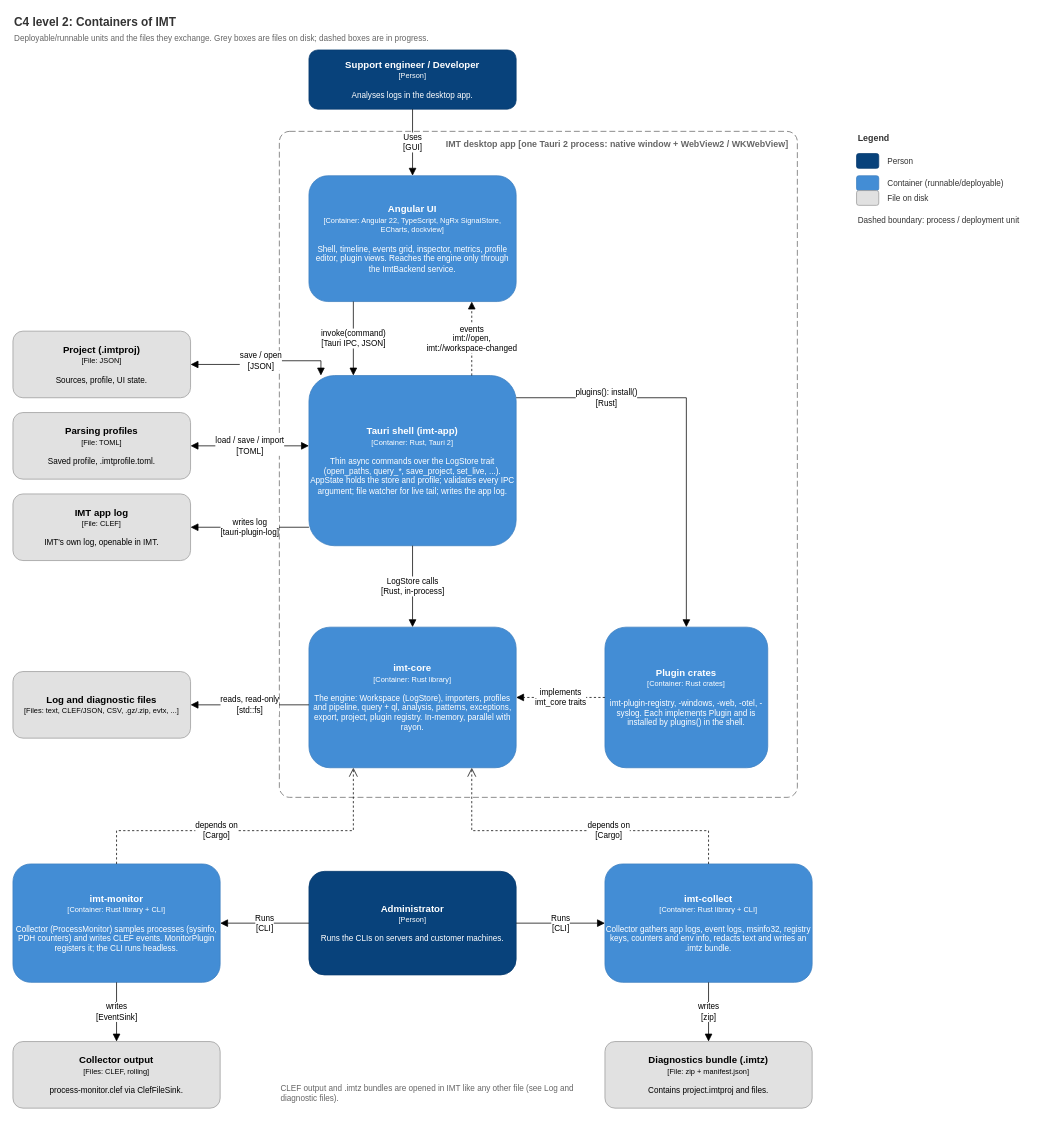
Before: docs/diagrams/c4-2-containers.drawio in decryp7/integrated_maintenance_tool, a draw.io diagram. Source tidied: cells renumbered, new cells numbered last; positions are measured from the earlier drawing's top-left corner, leaving out a move shared by most shapes. Both pictures are drawn from the tidied source at 74%, with x=0, y=0 at pixel (13, 13).
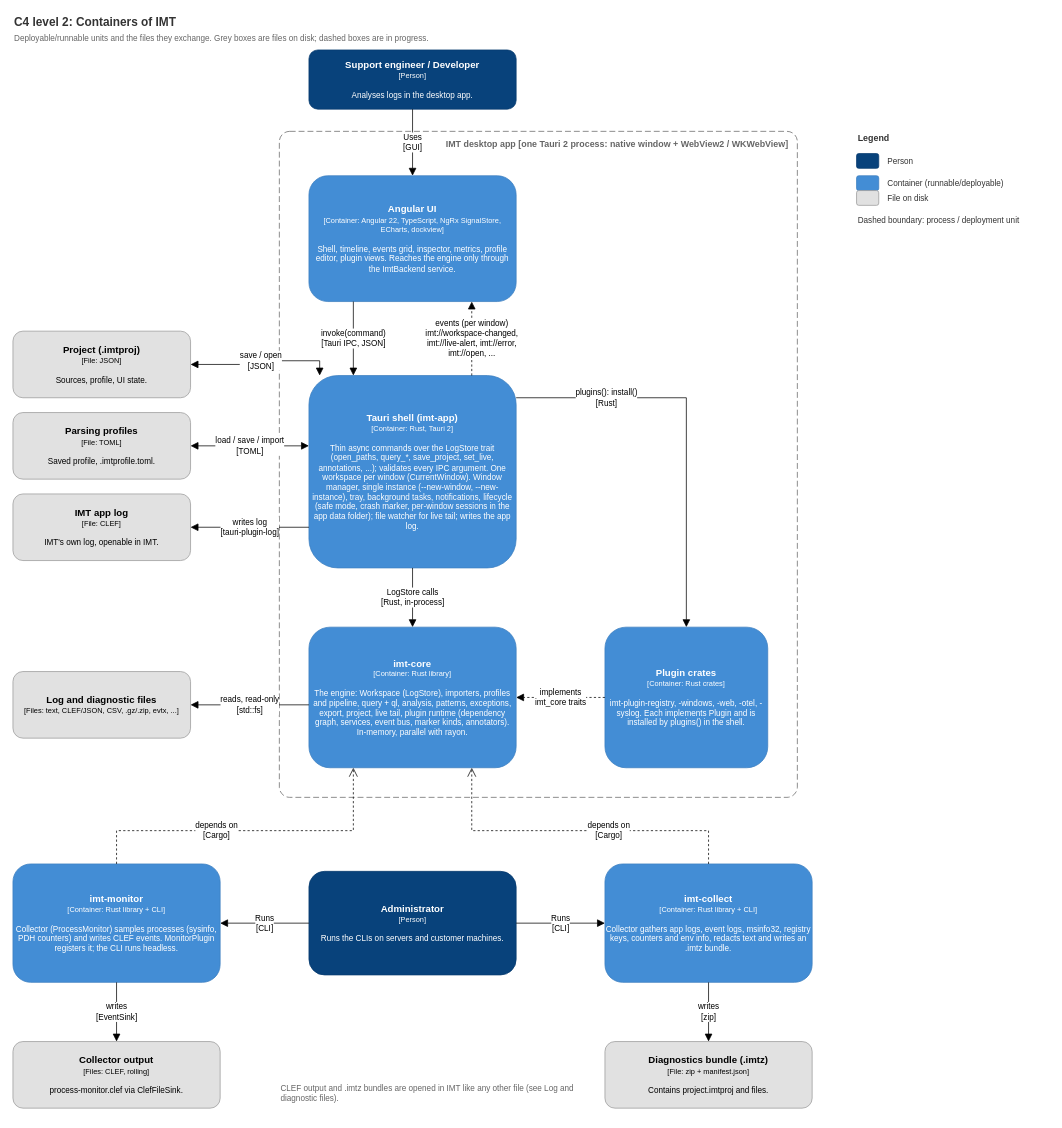
Above is the later version.

The change refers to these unchanged cells:
```xml
<mxCell id="6" value="&lt;b style=&quot;font-size:13px&quot;&gt;Angular UI&lt;/b&gt;&lt;br&gt;&lt;font style=&quot;font-size:10px&quot;&gt;[Container: Angular 22, TypeScript, NgRx SignalStore, ECharts, dockview]&lt;/font&gt;&lt;br&gt;&lt;br&gt;Shell, timeline, events grid, inspector, metrics, profile editor, plugin views. Reaches the engine only through the ImtBackend service." style="rounded=1;whiteSpace=wrap;html=1;fillColor=#438DD5;strokeColor=#3C7FC0;fontColor=#FFFFFF;fontSize=11;" parent="1" vertex="1">
  <mxGeometry x="400" y="220" width="280" height="170" as="geometry" />
</mxCell>
<mxCell id="9" value="&lt;b style=&quot;font-size:13px&quot;&gt;Plugin crates&lt;/b&gt;&lt;br&gt;&lt;font style=&quot;font-size:10px&quot;&gt;[Container: Rust crates]&lt;/font&gt;&lt;br&gt;&lt;br&gt;imt-plugin-registry, -windows, -web, -otel, -syslog. Each implements Plugin and is installed by plugins() in the shell." style="rounded=1;whiteSpace=wrap;html=1;fillColor=#438DD5;strokeColor=#3C7FC0;fontColor=#FFFFFF;fontSize=11;" parent="1" vertex="1">
  <mxGeometry x="800" y="830" width="220" height="190" as="geometry" />
</mxCell>
<mxCell id="16" value="&lt;b style=&quot;font-size:13px&quot;&gt;Project (.imtproj)&lt;/b&gt;&lt;br&gt;&lt;font style=&quot;font-size:10px&quot;&gt;[File: JSON]&lt;/font&gt;&lt;br&gt;&lt;br&gt;Sources, profile, UI state." style="rounded=1;whiteSpace=wrap;html=1;fillColor=#E1E1E1;strokeColor=#9A9A9A;fontColor=#000000;fontSize=11;" parent="1" vertex="1">
  <mxGeometry y="430" width="240" height="90" as="geometry" />
</mxCell>
<mxCell id="17" value="&lt;b style=&quot;font-size:13px&quot;&gt;Parsing profiles&lt;/b&gt;&lt;br&gt;&lt;font style=&quot;font-size:10px&quot;&gt;[File: TOML]&lt;/font&gt;&lt;br&gt;&lt;br&gt;Saved profile, .imtprofile.toml." style="rounded=1;whiteSpace=wrap;html=1;fillColor=#E1E1E1;strokeColor=#9A9A9A;fontColor=#000000;fontSize=11;" parent="1" vertex="1">
  <mxGeometry y="540" width="240" height="90" as="geometry" />
</mxCell>
<mxCell id="18" value="&lt;b style=&quot;font-size:13px&quot;&gt;IMT app log&lt;/b&gt;&lt;br&gt;&lt;font style=&quot;font-size:10px&quot;&gt;[File: CLEF]&lt;/font&gt;&lt;br&gt;&lt;br&gt;IMT's own log, openable in IMT." style="rounded=1;whiteSpace=wrap;html=1;fillColor=#E1E1E1;strokeColor=#9A9A9A;fontColor=#000000;fontSize=11;" parent="1" vertex="1">
  <mxGeometry y="650" width="240" height="90" as="geometry" />
</mxCell>
```

What changed in the source:
```diff
@@
-    <mxCell id="7" value="&lt;b style=&quot;font-size:13px&quot;&gt;Tauri shell (imt-app)&lt;/b&gt;&lt;br&gt;&lt;font style=&quot;font-size:10px&quot;&gt;[Container: Rust, Tauri 2]&lt;/font&gt;&lt;br&gt;&lt;br&gt;Thin async commands over the LogStore trait (open_paths, query_*, save_project, set_live, ...). AppState holds the store and profile; validates every IPC argument; file watcher for live tail; writes the app log." style="rounded=1;whiteSpace=wrap;html=1;fillColor=#438DD5;strokeColor=#3C7FC0;fontColor=#FFFFFF;fontSize=11;" parent="1" vertex="1">
-      <mxGeometry x="400" y="490" width="280" height="230" as="geometry" />
+    <mxCell id="7" value="&lt;b style=&quot;font-size:13px&quot;&gt;Tauri shell (imt-app)&lt;/b&gt;&lt;br&gt;&lt;font style=&quot;font-size:10px&quot;&gt;[Container: Rust, Tauri 2]&lt;/font&gt;&lt;br&gt;&lt;br&gt;Thin async commands over the LogStore trait (open_paths, query_*, save_project, set_live, annotations, ...); validates every IPC argument. One workspace per window (CurrentWindow). Window manager, single instance (--new-window, --new-instance), tray, background tasks, notifications, lifecycle (safe mode, crash marker, per-window sessions in the app data folder); file watcher for live tail; writes the app log." style="rounded=1;whiteSpace=wrap;html=1;fillColor=#438DD5;strokeColor=#3C7FC0;fontColor=#FFFFFF;fontSize=11;" parent="1" vertex="1">
+      <mxGeometry x="400" y="490" width="280" height="260" as="geometry" />
     </mxCell>
-    <mxCell id="8" value="&lt;b style=&quot;font-size:13px&quot;&gt;imt-core&lt;/b&gt;&lt;br&gt;&lt;font style=&quot;font-size:10px&quot;&gt;[Container: Rust library]&lt;/font&gt;&lt;br&gt;&lt;br&gt;The engine: Workspace (LogStore), importers, profiles and pipeline, query + ql, analysis, patterns, exceptions, export, project, plugin registry. In-memory, parallel with rayon." style="rounded=1;whiteSpace=wrap;html=1;fillColor=#438DD5;strokeColor=#3C7FC0;fontColor=#FFFFFF;fontSize=11;" parent="1" vertex="1">
+    <mxCell id="8" value="&lt;b style=&quot;font-size:13px&quot;&gt;imt-core&lt;/b&gt;&lt;br&gt;&lt;font style=&quot;font-size:10px&quot;&gt;[Container: Rust library]&lt;/font&gt;&lt;br&gt;&lt;br&gt;The engine: Workspace (LogStore), importers, profiles and pipeline, query + ql, analysis, patterns, exceptions, export, project, live tail, plugin runtime (dependency graph, services, event bus, marker kinds, annotators). In-memory, parallel with rayon." style="rounded=1;whiteSpace=wrap;html=1;fillColor=#438DD5;strokeColor=#3C7FC0;fontColor=#FFFFFF;fontSize=11;" parent="1" vertex="1">
       <mxGeometry x="400" y="830" width="280" height="190" as="geometry" />
     </mxCell>
@@
-    <mxCell id="12" value="events&lt;br&gt;imt://open,&lt;br&gt;imt://workspace-changed" style="edgeStyle=orthogonalEdgeStyle;rounded=0;html=1;fontSize=11;jettySize=auto;labelBackgroundColor=#FFFFFF;dashed=1;endArrow=block;endFill=1;endSize=8;exitX=0.7857;exitY=0.0000;exitDx=0;exitDy=0;entryX=0.7857;entryY=1.0000;entryDx=0;entryDy=0;" parent="1" edge="1" source="7" target="6">
+    <mxCell id="12" value="events (per window)&lt;br&gt;imt://workspace-changed,&lt;br&gt;imt://live-alert, imt://error,&lt;br&gt;imt://open, ..." style="edgeStyle=orthogonalEdgeStyle;rounded=0;html=1;fontSize=11;jettySize=auto;labelBackgroundColor=#FFFFFF;dashed=1;endArrow=block;endFill=1;endSize=8;exitX=0.7857;exitY=0.0000;exitDx=0;exitDy=0;entryX=0.7857;entryY=1.0000;entryDx=0;entryDy=0;" parent="1" edge="1" source="7" target="6">
       <mxGeometry relative="1" as="geometry" />
     </mxCell>
@@
-    <mxCell id="14" value="plugins(): install()&lt;br&gt;[Rust]" style="edgeStyle=orthogonalEdgeStyle;rounded=0;html=1;fontSize=11;jettySize=auto;labelBackgroundColor=#FFFFFF;endArrow=block;endFill=1;endSize=8;exitX=1.0000;exitY=0.1304;exitDx=0;exitDy=0;entryX=0.5000;entryY=0.0000;entryDx=0;entryDy=0;" parent="1" edge="1" source="7" target="9">
+    <mxCell id="14" value="plugins(): install()&lt;br&gt;[Rust]" style="edgeStyle=orthogonalEdgeStyle;rounded=0;html=1;fontSize=11;jettySize=auto;labelBackgroundColor=#FFFFFF;endArrow=block;endFill=1;endSize=8;exitX=1.0000;exitY=0.1154;exitDx=0;exitDy=0;entryX=0.5000;entryY=0.0000;entryDx=0;entryDy=0;" parent="1" edge="1" source="7" target="9">
       <mxGeometry x="-0.55" relative="1" as="geometry">
         <Array as="points">
           <mxPoint x="910" y="520" />
         </Array>
       </mxGeometry>
     </mxCell>
@@
-    <mxCell id="20" value="save / open&lt;br&gt;[JSON]" style="edgeStyle=orthogonalEdgeStyle;rounded=0;html=1;fontSize=11;jettySize=auto;labelBackgroundColor=#FFFFFF;startArrow=block;startFill=1;startSize=8;endArrow=block;endFill=1;endSize=8;exitX=0.0000;exitY=-0.0652;exitDx=0;exitDy=0;entryX=1.0000;entryY=0.5000;entryDx=0;entryDy=0;" parent="1" edge="1" source="7" target="16">
+    <mxCell id="20" value="save / open&lt;br&gt;[JSON]" style="edgeStyle=orthogonalEdgeStyle;rounded=0;html=1;fontSize=11;jettySize=auto;labelBackgroundColor=#FFFFFF;startArrow=block;startFill=1;startSize=8;endArrow=block;endFill=1;endSize=8;exitX=0.0000;exitY=-0.0577;exitDx=0;exitDy=0;entryX=1.0000;entryY=0.5000;entryDx=0;entryDy=0;" parent="1" edge="1" source="7" target="16">
       <mxGeometry relative="1" as="geometry" />
     </mxCell>
-    <mxCell id="21" value="load / save / import&lt;br&gt;[TOML]" style="edgeStyle=orthogonalEdgeStyle;rounded=0;html=1;fontSize=11;jettySize=auto;labelBackgroundColor=#FFFFFF;startArrow=block;startFill=1;startSize=8;endArrow=block;endFill=1;endSize=8;exitX=0.0000;exitY=0.4130;exitDx=0;exitDy=0;entryX=1.0000;entryY=0.5000;entryDx=0;entryDy=0;" parent="1" edge="1" source="7" target="17">
+    <mxCell id="21" value="load / save / import&lt;br&gt;[TOML]" style="edgeStyle=orthogonalEdgeStyle;rounded=0;html=1;fontSize=11;jettySize=auto;labelBackgroundColor=#FFFFFF;startArrow=block;startFill=1;startSize=8;endArrow=block;endFill=1;endSize=8;exitX=0.0000;exitY=0.3654;exitDx=0;exitDy=0;entryX=1.0000;entryY=0.5000;entryDx=0;entryDy=0;" parent="1" edge="1" source="7" target="17">
       <mxGeometry relative="1" as="geometry" />
     </mxCell>
-    <mxCell id="22" value="writes log&lt;br&gt;[tauri-plugin-log]" style="edgeStyle=orthogonalEdgeStyle;rounded=0;html=1;fontSize=11;jettySize=auto;labelBackgroundColor=#FFFFFF;endArrow=block;endFill=1;endSize=8;exitX=0.0000;exitY=0.8913;exitDx=0;exitDy=0;entryX=1.0000;entryY=0.5000;entryDx=0;entryDy=0;" parent="1" edge="1" source="7" target="18">
+    <mxCell id="22" value="writes log&lt;br&gt;[tauri-plugin-log]" style="edgeStyle=orthogonalEdgeStyle;rounded=0;html=1;fontSize=11;jettySize=auto;labelBackgroundColor=#FFFFFF;endArrow=block;endFill=1;endSize=8;exitX=0.0000;exitY=0.7885;exitDx=0;exitDy=0;entryX=1.0000;entryY=0.5000;entryDx=0;entryDy=0;" parent="1" edge="1" source="7" target="18">
       <mxGeometry relative="1" as="geometry" />
     </mxCell>
```
